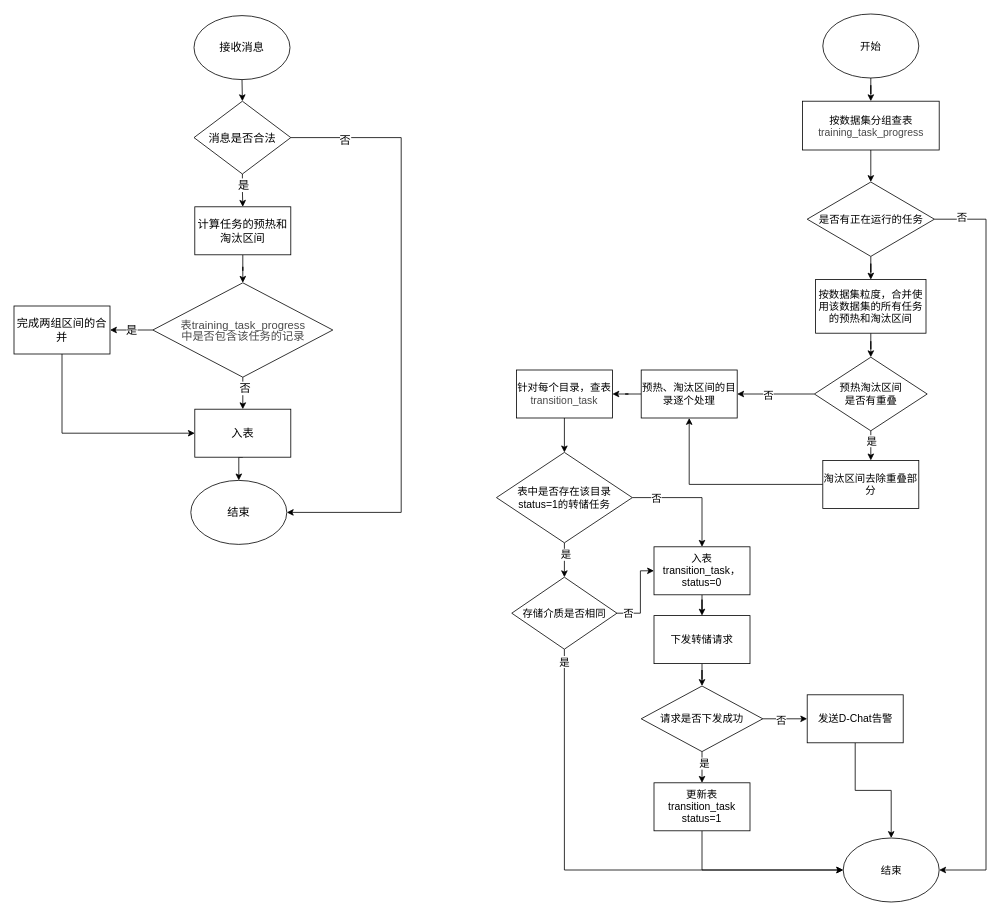
This is page "二期" (2 of 2) of dynamic_load.drawio from ydh12356890/DiDiDraw, a draw.io file, before an edit. Source tidied: cells renumbered, new cells numbered last; positions are measured from the earlier drawing's top-left corner, leaving out a move shared by most shapes. Both pictures are drawn from the tidied source at 80%, with x=0, y=0 at pixel (14, 14).
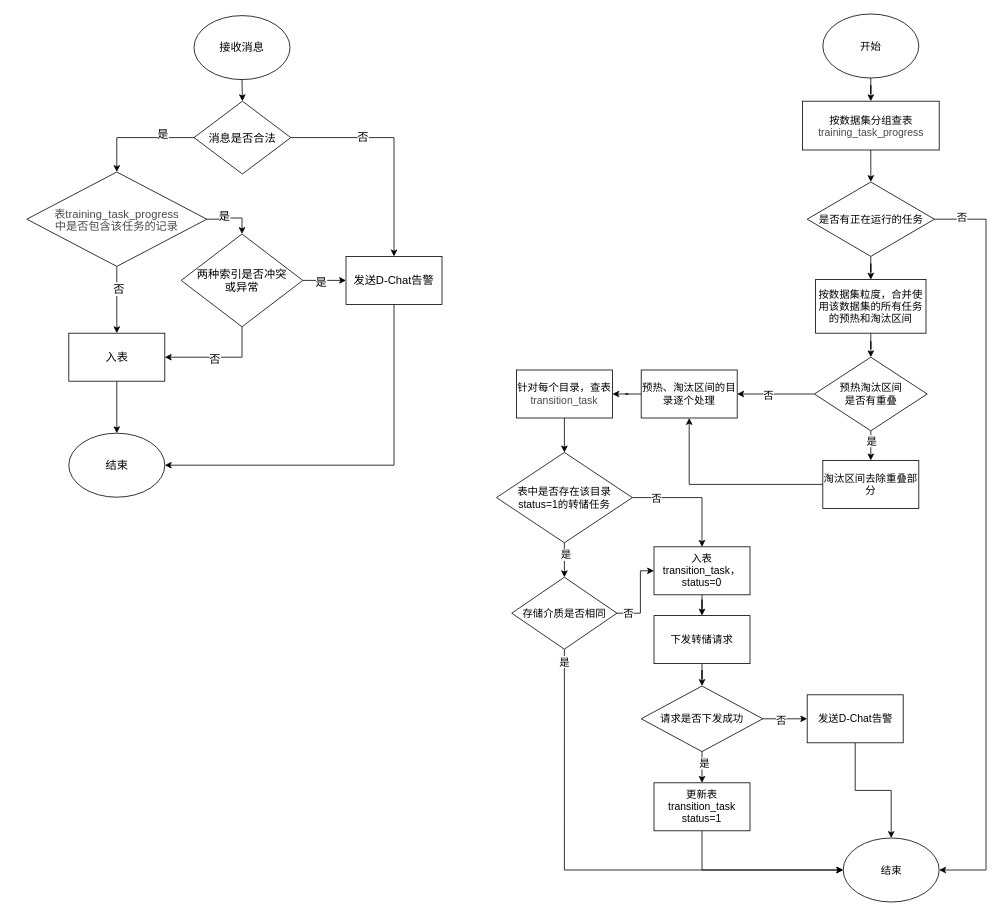
Above is the later version.

Unchanged cells that the change refers to:
```xml
<mxCell id="9" value="消息是否合法" style="rhombus;whiteSpace=wrap;html=1;fontFamily=Helvetica;fontSize=14;" parent="1" vertex="1">
  <mxGeometry x="225" y="109" width="121" height="91" as="geometry" />
</mxCell>
```

Diff of the diagram source:
```diff
@@
     <mxCell id="4" value="结束" style="ellipse;whiteSpace=wrap;html=1;fontFamily=Helvetica;fontSize=14;" parent="1" vertex="1">
-      <mxGeometry x="221" y="583" width="120" height="80" as="geometry" />
+      <mxGeometry x="68.5" y="524" width="120" height="80" as="geometry" />
     </mxCell>
-    <mxCell id="5" style="edgeStyle=orthogonalEdgeStyle;rounded=0;jettySize=auto;html=1;exitX=1;exitY=0.5;exitDx=0;exitDy=0;entryX=1;entryY=0.5;entryDx=0;entryDy=0;fontFamily=Helvetica;fontSize=14;" parent="1" edge="1" source="9" target="4">
-      <mxGeometry relative="1" as="geometry">
-        <Array as="points">
-          <mxPoint x="484" y="155" />
-          <mxPoint x="484" y="623" />
-        </Array>
-      </mxGeometry>
-    </mxCell>
-    <mxCell id="6" value="否" style="edgeLabel;html=1;align=center;verticalAlign=middle;fontFamily=Helvetica;fontSize=14;" parent="5" vertex="1">
-      <mxGeometry x="-0.82" y="-3" relative="1" as="geometry" />
-    </mxCell>
-    <mxCell id="7" style="edgeStyle=orthogonalEdgeStyle;rounded=0;jettySize=auto;html=1;entryX=0.5;entryY=0;entryDx=0;entryDy=0;fontFamily=Helvetica;fontSize=14;" parent="1" edge="1" source="9" target="11">
-      <mxGeometry relative="1" as="geometry" />
-    </mxCell>
-    <mxCell id="8" value="是" style="edgeLabel;html=1;align=center;verticalAlign=middle;fontFamily=Helvetica;fontSize=14;" parent="7" vertex="1">
-      <mxGeometry x="-0.37" y="1" relative="1" as="geometry" />
-    </mxCell>
+    <mxCell id="66" style="edgeStyle=orthogonalEdgeStyle;rounded=0;jettySize=auto;html=1;exitX=1;exitY=0.5;exitDx=0;exitDy=0;entryX=0.5;entryY=0;entryDx=0;entryDy=0;fontSize=14;" parent="1" edge="1" source="9" target="73">
+      <mxGeometry relative="1" as="geometry" />
+    </mxCell>
+    <mxCell id="67" value="否" style="edgeLabel;html=1;align=center;verticalAlign=middle;fontSize=14;" parent="66" vertex="1">
+      <mxGeometry x="-0.36" y="1" relative="1" as="geometry" />
+    </mxCell>
+    <mxCell id="68" style="edgeStyle=orthogonalEdgeStyle;rounded=0;jettySize=auto;html=1;exitX=0;exitY=0.5;exitDx=0;exitDy=0;entryX=0.5;entryY=0;entryDx=0;entryDy=0;fontSize=14;" parent="1" edge="1" source="9" target="16">
+      <mxGeometry relative="1" as="geometry" />
+    </mxCell>
+    <mxCell id="69" value="是" style="edgeLabel;html=1;align=center;verticalAlign=middle;fontSize=14;" parent="68" vertex="1">
+      <mxGeometry x="-0.43" y="-4" relative="1" as="geometry" />
+    </mxCell>
@@
-    <mxCell id="10" style="edgeStyle=orthogonalEdgeStyle;rounded=0;jettySize=auto;html=1;fontFamily=Helvetica;fontSize=14;" parent="1" edge="1" source="11" target="16">
-      <mxGeometry relative="1" as="geometry" />
-    </mxCell>
-    <mxCell id="11" value="计算任务的预热和淘汰区间" style="rounded=0;whiteSpace=wrap;html=1;fontFamily=Helvetica;fontSize=14;" parent="1" vertex="1">
-      <mxGeometry x="226" y="241" width="120" height="60" as="geometry" />
-    </mxCell>
@@
-    <mxCell id="14" style="edgeStyle=orthogonalEdgeStyle;rounded=0;jettySize=auto;html=1;fontFamily=Helvetica;fontSize=14;" parent="1" edge="1" source="16" target="20">
-      <mxGeometry relative="1" as="geometry" />
-    </mxCell>
-    <mxCell id="15" value="是" style="edgeLabel;html=1;align=center;verticalAlign=middle;fontFamily=Helvetica;fontSize=14;" parent="14" vertex="1">
-      <mxGeometry x="0.05" relative="1" as="geometry">
-        <mxPoint x="1" as="offset" />
-      </mxGeometry>
-    </mxCell>
+    <mxCell id="70" style="edgeStyle=orthogonalEdgeStyle;rounded=0;jettySize=auto;html=1;exitX=1;exitY=0.5;exitDx=0;exitDy=0;entryX=0.5;entryY=0;entryDx=0;entryDy=0;fontSize=14;" parent="1" edge="1" source="16" target="78">
+      <mxGeometry relative="1" as="geometry" />
+    </mxCell>
+    <mxCell id="71" value="是" style="edgeLabel;html=1;align=center;verticalAlign=middle;fontSize=14;" parent="70" vertex="1">
+      <mxGeometry x="-0.31" y="3" relative="1" as="geometry" />
+    </mxCell>
     <mxCell id="16" value="&lt;span&gt;&lt;p class=&quot;ql-direction-ltr ql-long-10000343111&quot; style=&quot;line-height: 100%; margin-bottom: 0pt; margin-top: 0pt; color: rgb(73, 73, 73);&quot;&gt;&lt;span class=&quot;ql-author-10000343111&quot;&gt;表training_task_progress&lt;br&gt;中是否包含该任务的记录&lt;/span&gt;&lt;/p&gt;&lt;/span&gt;" style="rhombus;html=1;rounded=0;align=center;whiteSpace=wrap;fontFamily=Helvetica;fontSize=14;" parent="1" vertex="1">
-      <mxGeometry x="173.5" y="336" width="225" height="118" as="geometry" />
+      <mxGeometry x="16" y="197.5" width="225" height="118" as="geometry" />
     </mxCell>
@@
     <mxCell id="18" value="入表" style="whiteSpace=wrap;html=1;rounded=0;fontFamily=Helvetica;fontSize=14;" parent="1" vertex="1">
-      <mxGeometry x="226" y="494" width="120" height="60" as="geometry" />
+      <mxGeometry x="68.5" y="399" width="120" height="60" as="geometry" />
     </mxCell>
-    <mxCell id="19" style="edgeStyle=orthogonalEdgeStyle;rounded=0;jettySize=auto;html=1;exitX=0.5;exitY=1;exitDx=0;exitDy=0;entryX=0;entryY=0.5;entryDx=0;entryDy=0;fontFamily=Helvetica;fontSize=14;" parent="1" edge="1" source="20" target="18">
-      <mxGeometry relative="1" as="geometry" />
-    </mxCell>
-    <mxCell id="20" value="完成两组区间的合并" style="whiteSpace=wrap;html=1;rounded=0;fontFamily=Helvetica;fontSize=14;" parent="1" vertex="1">
-      <mxGeometry y="365" width="120" height="60" as="geometry" />
-    </mxCell>
@@
+    <mxCell id="72" style="edgeStyle=orthogonalEdgeStyle;rounded=0;jettySize=auto;html=1;exitX=0.5;exitY=1;exitDx=0;exitDy=0;entryX=1;entryY=0.5;entryDx=0;entryDy=0;fontSize=14;" parent="1" edge="1" source="73" target="4">
+      <mxGeometry relative="1" as="geometry" />
+    </mxCell>
+    <mxCell id="73" value="发送D-Chat告警" style="rounded=0;whiteSpace=wrap;html=1;fontFamily=Helvetica;fontSize=14;" parent="1" vertex="1">
+      <mxGeometry x="415" y="303" width="120" height="60" as="geometry" />
+    </mxCell>
+    <mxCell id="74" style="edgeStyle=orthogonalEdgeStyle;rounded=0;jettySize=auto;html=1;exitX=1;exitY=0.5;exitDx=0;exitDy=0;entryX=0;entryY=0.5;entryDx=0;entryDy=0;fontSize=14;" parent="1" edge="1" source="78" target="73">
+      <mxGeometry relative="1" as="geometry" />
+    </mxCell>
+    <mxCell id="75" value="是" style="edgeLabel;html=1;align=center;verticalAlign=middle;fontSize=14;" parent="74" vertex="1">
+      <mxGeometry x="-0.19" y="-2" relative="1" as="geometry" />
+    </mxCell>
+    <mxCell id="76" style="edgeStyle=orthogonalEdgeStyle;rounded=0;jettySize=auto;html=1;exitX=0.5;exitY=1;exitDx=0;exitDy=0;entryX=1;entryY=0.5;entryDx=0;entryDy=0;fontSize=14;" parent="1" edge="1" source="78" target="18">
+      <mxGeometry relative="1" as="geometry" />
+    </mxCell>
+    <mxCell id="77" value="否" style="edgeLabel;html=1;align=center;verticalAlign=middle;fontSize=14;" parent="76" vertex="1">
+      <mxGeometry x="0.09" y="2" relative="1" as="geometry" />
+    </mxCell>
+    <mxCell id="78" value="两种索引是否冲突&lt;br&gt;或异常" style="rhombus;whiteSpace=wrap;html=1;fontSize=14;rounded=0;" parent="1" vertex="1">
+      <mxGeometry x="209" y="275" width="152" height="116" as="geometry" />
+    </mxCell>
```
